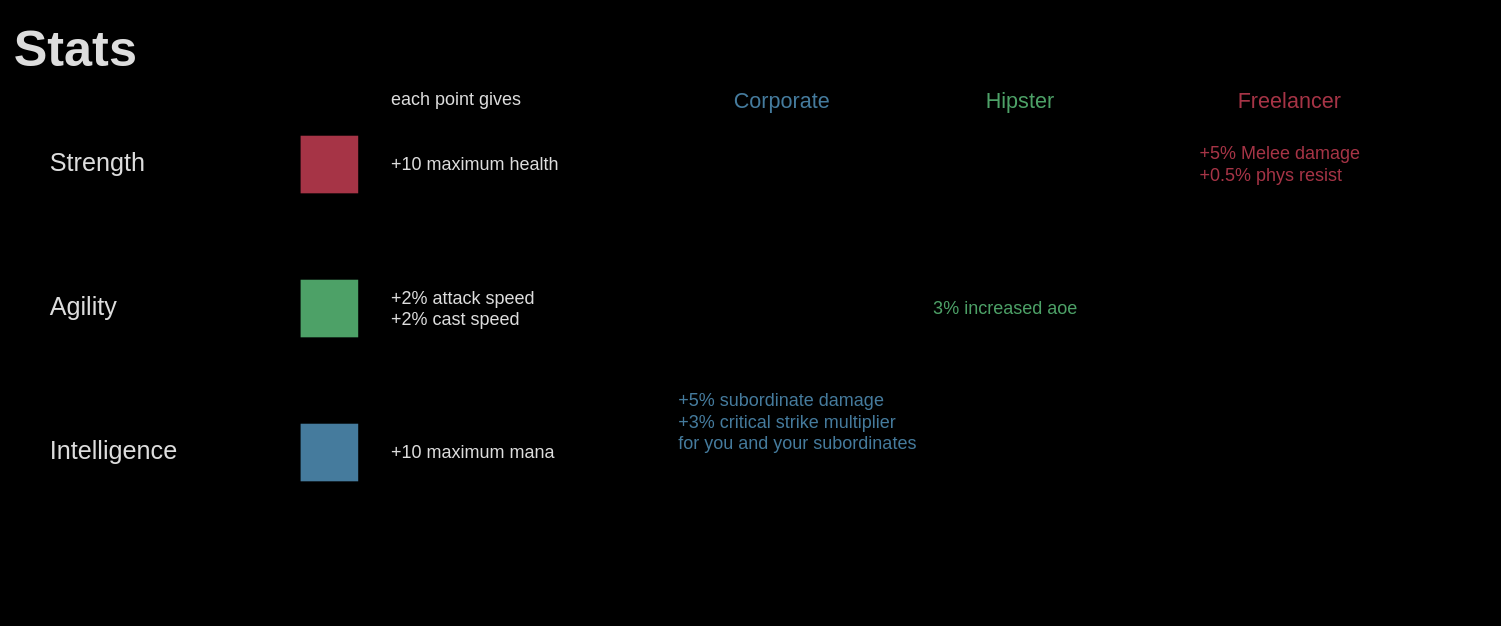
Before: Concepts/stats.drawio in MechaKnightz/GodotGame, a draw.io diagram. Source tidied: cells renumbered, new cells numbered last; positions are measured from the earlier drawing's top-left corner, leaving out a move shared by most shapes. Both pictures are drawn from the tidied source at 72%, with x=0, y=0 at pixel (12, 12).
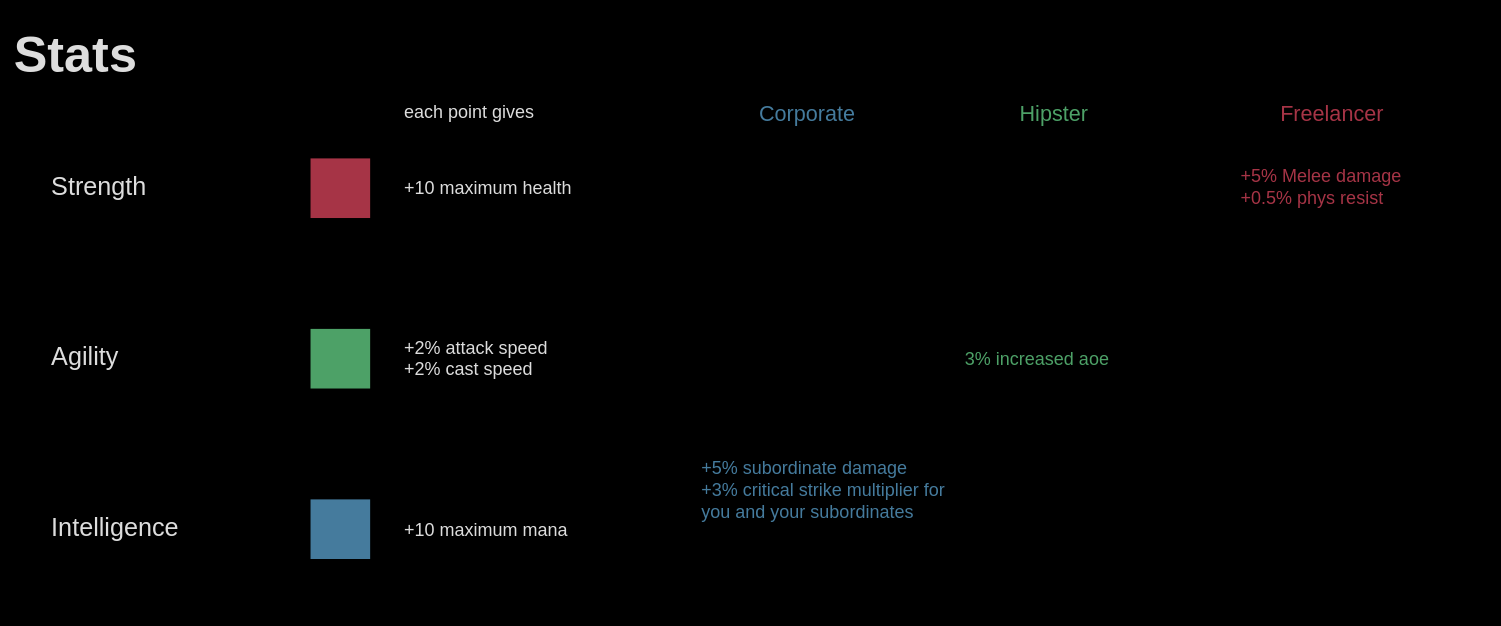
The same diagram, later.

Change to the diagram source:
```diff
@@
+    <mxCell id="24" style="group;" parent="1" vertex="1">
+      <mxGeometry width="2051" height="836" as="geometry" />
+    </mxCell>
-    <mxCell id="2" value="&lt;b&gt;&lt;font style=&quot;font-size: 70px&quot;&gt;Stats&lt;br&gt;&lt;/font&gt;&lt;/b&gt;" style="whiteSpace=wrap;html=1;strokeColor=none;fillColor=none;fontFamily=Major Mono Display;fontSize=70;fontColor=#dddddd;align=left;FType=g;" parent="1" vertex="1">
-      <mxGeometry width="798.5" height="97.9" as="geometry" />
+    <mxCell id="2" value="&lt;b&gt;&lt;font style=&quot;font-size: 70px&quot;&gt;Stats&lt;br&gt;&lt;/font&gt;&lt;/b&gt;" style="whiteSpace=wrap;html=1;strokeColor=none;fillColor=none;fontFamily=Major Mono Display;fontSize=70;fontColor=#dddddd;align=left;FType=g;" parent="24" vertex="1">
+      <mxGeometry width="826.1" height="115.9" as="geometry" />
     </mxCell>
-    <mxCell id="3" value="each point gives" style="whiteSpace=wrap;html=1;strokeColor=none;fillColor=none;fontFamily=Major Mono Display;fontSize=25;fontColor=#dddddd;align=left;fontStyle=0;horizontal=1;verticalAlign=top;" parent="1" vertex="1">
-      <mxGeometry x="524" y="97.9" width="306" height="47" as="geometry" />
+    <mxCell id="3" value="each point gives" style="whiteSpace=wrap;html=1;strokeColor=none;fillColor=none;fontFamily=Major Mono Display;fontSize=25;fontColor=#dddddd;align=left;fontStyle=0;horizontal=1;verticalAlign=top;" parent="24" vertex="1">
+      <mxGeometry x="542.2" y="115.9" width="316.6" height="55.7" as="geometry" />
     </mxCell>
-    <mxCell id="4" value="Corporate" style="whiteSpace=wrap;html=1;strokeColor=none;fillColor=none;fontFamily=Major Mono Display;fontSize=30;align=left;fontStyle=0;horizontal=1;verticalAlign=top;fontColor=#457B9D;rounded=0;glass=0;sketch=0;shadow=0;strokeWidth=1;" parent="1" vertex="1">
-      <mxGeometry x="1000" y="97.9" width="206" height="47" as="geometry" />
+    <mxCell id="4" value="Corporate" style="whiteSpace=wrap;html=1;strokeColor=none;fillColor=none;fontFamily=Major Mono Display;fontSize=30;align=left;fontStyle=0;horizontal=1;verticalAlign=top;fontColor=#457B9D;rounded=0;glass=0;sketch=0;shadow=0;strokeWidth=1;" parent="24" vertex="1">
+      <mxGeometry x="1034.7" y="115.9" width="213.1" height="55.7" as="geometry" />
     </mxCell>
-    <mxCell id="5" value="Hipster" style="whiteSpace=wrap;html=1;strokeColor=none;fillColor=none;fontFamily=Major Mono Display;fontSize=30;align=left;fontStyle=0;horizontal=1;verticalAlign=top;rounded=0;glass=0;sketch=0;shadow=0;strokeWidth=1;fontColor=#4DA167;" parent="1" vertex="1">
-      <mxGeometry x="1350" y="97.9" width="165" height="47" as="geometry" />
+    <mxCell id="5" value="Hipster" style="whiteSpace=wrap;html=1;strokeColor=none;fillColor=none;fontFamily=Major Mono Display;fontSize=30;align=left;fontStyle=0;horizontal=1;verticalAlign=top;rounded=0;glass=0;sketch=0;shadow=0;strokeWidth=1;fontColor=#4DA167;" parent="24" vertex="1">
+      <mxGeometry x="1396.8" y="115.9" width="170.7" height="55.7" as="geometry" />
     </mxCell>
-    <mxCell id="6" value="Freelancer" style="whiteSpace=wrap;html=1;strokeColor=none;fillColor=none;fontFamily=Major Mono Display;fontSize=30;align=left;fontStyle=0;horizontal=1;verticalAlign=top;rounded=0;glass=0;sketch=0;shadow=0;strokeWidth=1;fontColor=#A63446;" parent="1" vertex="1">
-      <mxGeometry x="1700" y="97.9" width="229" height="47" as="geometry" />
+    <mxCell id="6" value="Freelancer" style="whiteSpace=wrap;html=1;strokeColor=none;fillColor=none;fontFamily=Major Mono Display;fontSize=30;align=left;fontStyle=0;horizontal=1;verticalAlign=top;rounded=0;glass=0;sketch=0;shadow=0;strokeWidth=1;fontColor=#A63446;" parent="24" vertex="1">
+      <mxGeometry x="1759" y="115.9" width="236.9" height="55.7" as="geometry" />
     </mxCell>
-    <mxCell id="7" style="group;" parent="1" vertex="1">
-      <mxGeometry x="50" y="371" width="1538.5" height="80" as="geometry" />
+    <mxCell id="7" style="group;" parent="24" vertex="1">
+      <mxGeometry x="51.7" y="439.3" width="1591.9" height="94.7" as="geometry" />
     </mxCell>
     <mxCell id="8" style="group;" parent="7" vertex="1">
-      <mxGeometry width="430" height="80" as="geometry" />
+      <mxGeometry width="444.9" height="94.7" as="geometry" />
     </mxCell>
     <mxCell id="9" value="Agility" style="whiteSpace=wrap;html=1;strokeColor=none;fillColor=none;fontFamily=Major Mono Display;fontSize=35;fontColor=#dddddd;align=left;fontStyle=0;horizontal=1;verticalAlign=top;" parent="8" vertex="1">
-      <mxGeometry y="9.3" width="223" height="61.5" as="geometry" />
+      <mxGeometry y="11" width="230.7" height="72.8" as="geometry" />
     </mxCell>
     <mxCell id="10" style="whiteSpace=wrap;html=1;fillColor=#4da167;strokeColor=none;" parent="8" vertex="1">
-      <mxGeometry x="350" width="80" height="80" as="geometry" />
+      <mxGeometry x="362.1" width="82.8" height="82.8" as="geometry" />
     </mxCell>
     <mxCell id="11" value="+2% attack speed&lt;br&gt;+2% cast speed" style="html=1;strokeColor=none;fillColor=none;fontFamily=Major Mono Display;fontSize=25;fontColor=#dddddd;align=left;fontStyle=0;horizontal=1;verticalAlign=top;whiteSpace=wrap;" parent="7" vertex="1">
-      <mxGeometry x="474" y="2.8" width="353" height="74.5" as="geometry" />
+      <mxGeometry x="490.4" y="3.3" width="365.2" height="88.2" as="geometry" />
     </mxCell>
     <mxCell id="12" value="3% increased aoe" style="whiteSpace=wrap;html=1;strokeColor=none;fillColor=none;fontFamily=Major Mono Display;fontSize=25;align=left;fontStyle=0;horizontal=1;verticalAlign=top;fontColor=#4DA167;" parent="7" vertex="1">
-      <mxGeometry x="1226.5" y="16.9" width="312" height="46.2" as="geometry" />
+      <mxGeometry x="1269" y="20" width="322.8" height="54.8" as="geometry" />
     </mxCell>
-    <mxCell id="13" style="group;" parent="1" vertex="1">
-      <mxGeometry x="50" y="516" width="1212" height="190" as="geometry" />
+    <mxCell id="13" style="group;" parent="24" vertex="1">
+      <mxGeometry x="51.7" y="611" width="1254" height="225" as="geometry" />
     </mxCell>
     <mxCell id="14" style="group;" parent="13" vertex="1">
-      <mxGeometry y="55" width="430" height="80" as="geometry" />
+      <mxGeometry y="65.1" width="444.9" height="94.7" as="geometry" />
     </mxCell>
     <mxCell id="15" value="Intelligence&lt;br&gt;" style="whiteSpace=wrap;html=1;strokeColor=none;fillColor=none;fontFamily=Major Mono Display;fontSize=35;fontColor=#dddddd;align=left;fontStyle=0;horizontal=1;verticalAlign=top;" parent="14" vertex="1">
-      <mxGeometry y="9.3" width="317" height="61.5" as="geometry" />
+      <mxGeometry y="11" width="328" height="72.8" as="geometry" />
     </mxCell>
     <mxCell id="16" style="whiteSpace=wrap;html=1;strokeColor=none;fillColor=#457b9d;" parent="14" vertex="1">
-      <mxGeometry x="350" width="80" height="80" as="geometry" />
+      <mxGeometry x="362.1" width="82.8" height="82.8" as="geometry" />
     </mxCell>
     <mxCell id="17" value="+10 maximum mana" style="whiteSpace=wrap;html=1;strokeColor=none;fillColor=none;fontFamily=Major Mono Display;fontSize=25;fontColor=#dddddd;align=left;fontStyle=0;horizontal=1;verticalAlign=top;" parent="13" vertex="1">
-      <mxGeometry x="474" y="71.5" width="339" height="47" as="geometry" />
+      <mxGeometry x="490.4" y="84.7" width="350.8" height="55.7" as="geometry" />
     </mxCell>
     <mxCell id="18" value="+5% subordinate damage&lt;br&gt;+3% critical strike multiplier for you and your subordinates" style="whiteSpace=wrap;html=1;strokeColor=none;fillColor=none;fontFamily=Major Mono Display;fontSize=25;align=left;fontStyle=0;horizontal=1;verticalAlign=top;fontColor=#457B9D;" parent="13" vertex="1">
-      <mxGeometry x="873" width="339" height="190" as="geometry" />
+      <mxGeometry x="903.3" width="350.8" height="225" as="geometry" />
     </mxCell>
-    <mxCell id="19" style="group;" parent="1" vertex="1">
-      <mxGeometry x="50" y="171" width="1932.2" height="80" as="geometry" />
+    <mxCell id="19" style="group;" parent="24" vertex="1">
+      <mxGeometry x="51.7" y="202.5" width="1999.3" height="94.7" as="geometry" />
     </mxCell>
     <mxCell id="20" value="+5% Melee damage&lt;br&gt;+0.5% phys resist" style="whiteSpace=wrap;html=1;strokeColor=none;fillColor=none;fontFamily=Major Mono Display;fontSize=25;align=left;fontStyle=0;horizontal=1;verticalAlign=top;fontColor=#A63446;" parent="19" vertex="1">
-      <mxGeometry x="1596.8" y="2.4" width="335.5" height="75.1" as="geometry" />
+      <mxGeometry x="1652.1" y="2.9" width="347.1" height="89" as="geometry" />
     </mxCell>
     <mxCell id="21" value="+10 maximum health" style="whiteSpace=wrap;html=1;strokeColor=none;fillColor=none;fontFamily=Major Mono Display;fontSize=25;fontColor=#dddddd;align=left;fontStyle=0;horizontal=1;verticalAlign=top;" parent="19" vertex="1">
-      <mxGeometry x="474" y="16.5" width="339" height="47" as="geometry" />
+      <mxGeometry x="490.4" y="19.5" width="350.8" height="55.7" as="geometry" />
     </mxCell>
     <mxCell id="22" style="whiteSpace=wrap;html=1;strokeColor=none;fillColor=#a63446;" parent="19" vertex="1">
-      <mxGeometry x="350" width="80" height="80" as="geometry" />
+      <mxGeometry x="362.1" width="82.8" height="82.8" as="geometry" />
     </mxCell>
     <mxCell id="23" value="Strength&lt;br&gt;" style="whiteSpace=wrap;html=1;strokeColor=none;fillColor=none;fontFamily=Major Mono Display;fontSize=35;fontColor=#dddddd;align=left;fontStyle=0;horizontal=1;verticalAlign=top;" parent="19" vertex="1">
-      <mxGeometry y="9.3" width="223" height="61.5" as="geometry" />
+      <mxGeometry y="11" width="230.7" height="72.8" as="geometry" />
     </mxCell>
```
